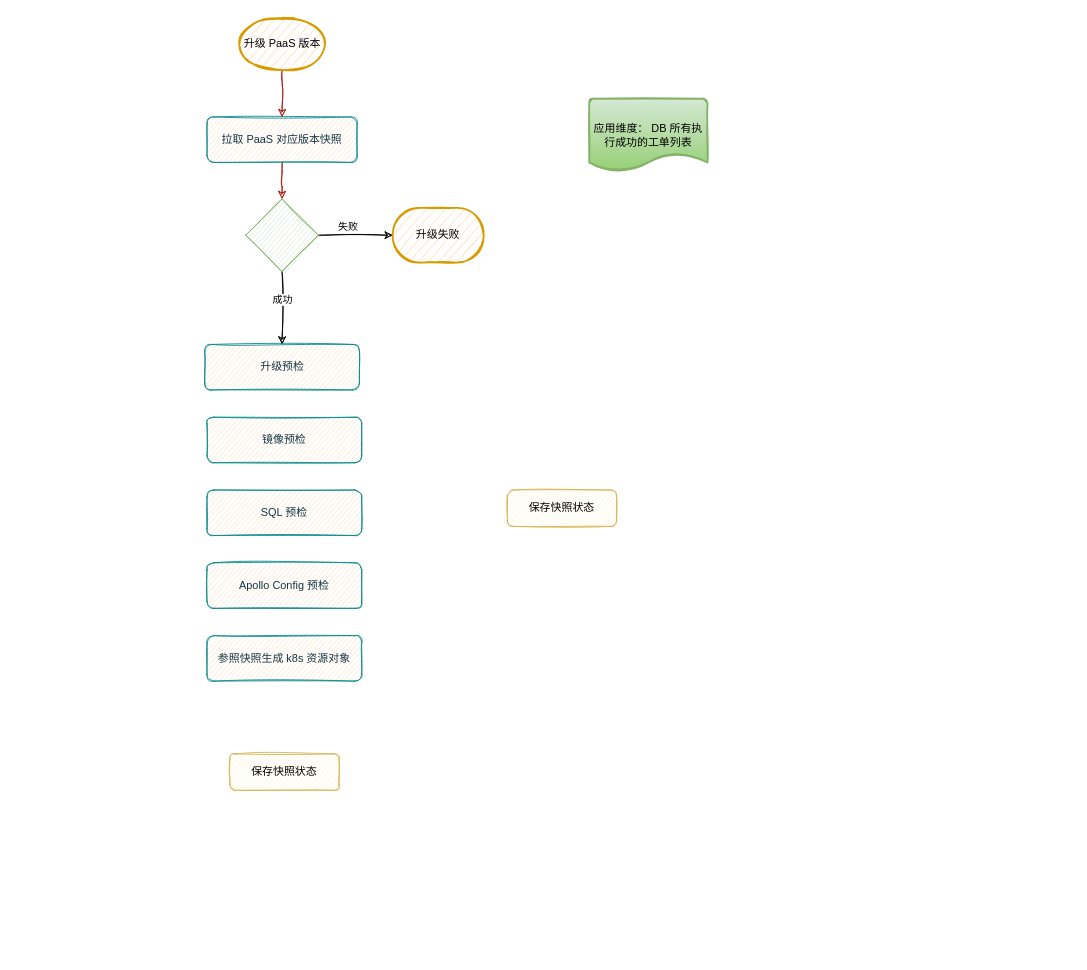
This is upgrade_paas_flow.drawio from Owenxh/docs, a draw.io file, before an edit. Source tidied: cells renumbered, new cells numbered last; positions are measured from the earlier drawing's top-left corner, leaving out a move shared by most shapes. Both pictures are drawn from the tidied source at 91%, with x=0, y=0 at pixel (205, 16).
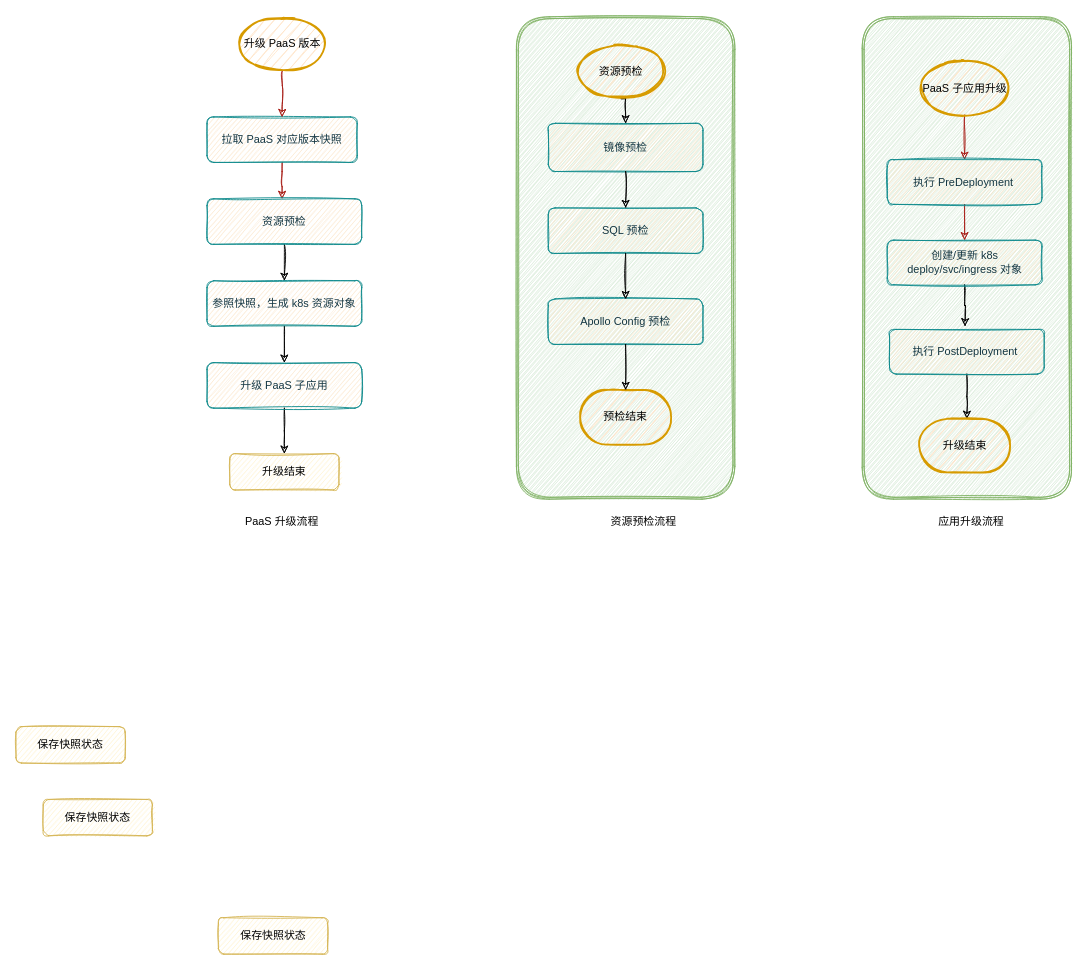
Above is the later version.

Change to the diagram source:
```diff
@@
     <mxCell id="2" value="保存快照状态" style="rounded=1;whiteSpace=wrap;html=1;fontSize=12;glass=0;strokeWidth=1;shadow=0;fillColor=#fff2cc;strokeColor=#d6b656;sketch=1;" parent="1" vertex="1">
-      <mxGeometry x="27" y="810" width="120" height="40" as="geometry" />
+      <mxGeometry x="14.5" y="990" width="120" height="40" as="geometry" />
     </mxCell>
@@
-    <mxCell id="6" value="应用维度： DB 所有执行成功的工单列表" style="strokeWidth=2;html=1;shape=mxgraph.flowchart.document2;whiteSpace=wrap;size=0.25;rounded=0;fillColor=#d5e8d4;gradientColor=#97d077;strokeColor=#82b366;sketch=1;" parent="1" vertex="1">
-      <mxGeometry x="422" y="90" width="130" height="80" as="geometry" />
-    </mxCell>
-    <mxCell id="7" style="edgeStyle=orthogonalEdgeStyle;rounded=0;jettySize=auto;html=1;exitX=1;exitY=0.5;exitDx=0;exitDy=0;entryX=0;entryY=0.5;entryDx=0;entryDy=0;entryPerimeter=0;sketch=1;" parent="1" edge="1" source="11" target="13">
-      <mxGeometry relative="1" as="geometry" />
-    </mxCell>
-    <mxCell id="8" value="失败" style="edgeLabel;html=1;align=center;verticalAlign=middle;sketch=1;" parent="7" vertex="1">
-      <mxGeometry x="-0.23" y="-3" relative="1" as="geometry">
-        <mxPoint x="1" y="-13" as="offset" />
-      </mxGeometry>
-    </mxCell>
-    <mxCell id="9" style="edgeStyle=orthogonalEdgeStyle;rounded=0;jettySize=auto;html=1;sketch=1;" parent="1" edge="1" source="11" target="15">
-      <mxGeometry relative="1" as="geometry" />
-    </mxCell>
-    <mxCell id="10" value="成功" style="edgeLabel;html=1;align=center;verticalAlign=middle;sketch=1;" parent="9" vertex="1">
-      <mxGeometry x="0.09" y="-1" relative="1" as="geometry">
-        <mxPoint x="1" y="-14" as="offset" />
-      </mxGeometry>
-    </mxCell>
-    <mxCell id="11" style="rhombus;whiteSpace=wrap;html=1;fillColor=#d5e8d4;strokeColor=#82b366;sketch=1;" parent="1" vertex="1">
-      <mxGeometry x="44.5" y="200" width="80" height="80" as="geometry" />
-    </mxCell>
@@
-    <mxCell id="13" value="升级失败" style="strokeWidth=2;html=1;shape=mxgraph.flowchart.terminator;whiteSpace=wrap;fillColor=#ffe6cc;strokeColor=#d79b00;sketch=1;" parent="1" vertex="1">
-      <mxGeometry x="206" y="210" width="100" height="60" as="geometry" />
-    </mxCell>
     <mxCell id="14" value="保存快照状态" style="rounded=1;whiteSpace=wrap;html=1;fontSize=12;glass=0;strokeWidth=1;shadow=0;fillColor=#fff2cc;strokeColor=#d6b656;sketch=1;" parent="1" vertex="1">
-      <mxGeometry x="332" y="520" width="120" height="40" as="geometry" />
+      <mxGeometry x="-208" y="780" width="120" height="40" as="geometry" />
     </mxCell>
+    <mxCell id="20" style="edgeStyle=orthogonalEdgeStyle;rounded=0;sketch=1;jettySize=auto;html=1;" parent="1" edge="1" source="15" target="19">
+      <mxGeometry relative="1" as="geometry" />
+    </mxCell>
-    <mxCell id="15" value="升级预检" style="rounded=1;whiteSpace=wrap;html=1;fontSize=12;glass=0;strokeWidth=1;shadow=0;fillColor=#FAE5C7;strokeColor=#0F8B8D;fontColor=#143642;sketch=1;" parent="1" vertex="1">
-      <mxGeometry x="-0.5" y="360" width="170" height="50" as="geometry" />
+    <mxCell id="15" value="资源预检" style="rounded=1;whiteSpace=wrap;html=1;fontSize=12;glass=0;strokeWidth=1;shadow=0;fillColor=#FAE5C7;strokeColor=#0F8B8D;fontColor=#143642;sketch=1;" parent="1" vertex="1">
+      <mxGeometry x="2" y="200" width="170" height="50" as="geometry" />
     </mxCell>
+    <mxCell id="21" style="edgeStyle=orthogonalEdgeStyle;rounded=0;sketch=1;jettySize=auto;html=1;" parent="1" edge="1" source="19" target="33">
+      <mxGeometry relative="1" as="geometry" />
+    </mxCell>
+    <mxCell id="19" value="参照快照，生成 k8s 资源对象" style="rounded=1;whiteSpace=wrap;html=1;fontSize=12;glass=0;strokeWidth=1;shadow=0;fillColor=#FAE5C7;strokeColor=#0F8B8D;fontColor=#143642;sketch=1;" parent="1" vertex="1">
+      <mxGeometry x="2" y="290" width="170" height="50" as="geometry" />
+    </mxCell>
+    <mxCell id="22" style="group;" parent="1" vertex="1">
+      <mxGeometry x="342" width="240" height="530" as="geometry" />
+    </mxCell>
+    <mxCell id="23" style="shape=ext;double=1;rounded=1;whiteSpace=wrap;html=1;sketch=1;fillColor=#d5e8d4;strokeColor=#82b366;" parent="22" vertex="1">
+      <mxGeometry width="240" height="530" as="geometry" />
+    </mxCell>
-    <mxCell id="16" value="镜像预检" style="rounded=1;whiteSpace=wrap;html=1;fontSize=12;glass=0;strokeWidth=1;shadow=0;fillColor=#FAE5C7;strokeColor=#0F8B8D;fontColor=#143642;sketch=1;" parent="1" vertex="1">
-      <mxGeometry x="2" y="440" width="170" height="50" as="geometry" />
+    <mxCell id="16" value="镜像预检" style="rounded=1;whiteSpace=wrap;html=1;fontSize=12;glass=0;strokeWidth=1;shadow=0;fillColor=#FAE5C7;strokeColor=#0F8B8D;fontColor=#143642;sketch=1;" parent="22" vertex="1">
+      <mxGeometry x="35" y="117" width="170" height="53" as="geometry" />
     </mxCell>
-    <mxCell id="17" value="SQL 预检" style="rounded=1;whiteSpace=wrap;html=1;fontSize=12;glass=0;strokeWidth=1;shadow=0;fillColor=#FAE5C7;strokeColor=#0F8B8D;fontColor=#143642;sketch=1;" parent="1" vertex="1">
-      <mxGeometry x="2" y="520" width="170" height="50" as="geometry" />
+    <mxCell id="17" value="SQL 预检" style="rounded=1;whiteSpace=wrap;html=1;fontSize=12;glass=0;strokeWidth=1;shadow=0;fillColor=#FAE5C7;strokeColor=#0F8B8D;fontColor=#143642;sketch=1;" parent="22" vertex="1">
+      <mxGeometry x="35" y="210" width="170" height="50" as="geometry" />
     </mxCell>
+    <mxCell id="24" style="edgeStyle=orthogonalEdgeStyle;rounded=0;sketch=1;jettySize=auto;html=1;" parent="22" edge="1" source="16" target="17">
+      <mxGeometry relative="1" as="geometry" />
+    </mxCell>
-    <mxCell id="18" value="Apollo Config 预检" style="rounded=1;whiteSpace=wrap;html=1;fontSize=12;glass=0;strokeWidth=1;shadow=0;fillColor=#FAE5C7;strokeColor=#0F8B8D;fontColor=#143642;sketch=1;" parent="1" vertex="1">
-      <mxGeometry x="2" y="600" width="170" height="50" as="geometry" />
+    <mxCell id="18" value="Apollo Config 预检" style="rounded=1;whiteSpace=wrap;html=1;fontSize=12;glass=0;strokeWidth=1;shadow=0;fillColor=#FAE5C7;strokeColor=#0F8B8D;fontColor=#143642;sketch=1;" parent="22" vertex="1">
+      <mxGeometry x="35" y="310" width="170" height="50" as="geometry" />
     </mxCell>
-    <mxCell id="19" value="参照快照生成 k8s 资源对象" style="rounded=1;whiteSpace=wrap;html=1;fontSize=12;glass=0;strokeWidth=1;shadow=0;fillColor=#FAE5C7;strokeColor=#0F8B8D;fontColor=#143642;sketch=1;" parent="1" vertex="1">
-      <mxGeometry x="2" y="680" width="170" height="50" as="geometry" />
-    </mxCell>
+    <mxCell id="25" style="edgeStyle=orthogonalEdgeStyle;rounded=0;sketch=1;jettySize=auto;html=1;" parent="22" edge="1" source="17" target="18">
+      <mxGeometry relative="1" as="geometry" />
+    </mxCell>
+    <mxCell id="26" style="edgeStyle=orthogonalEdgeStyle;rounded=0;sketch=1;jettySize=auto;html=1;exitX=0.5;exitY=1;exitDx=0;exitDy=0;exitPerimeter=0;entryX=0.5;entryY=0;entryDx=0;entryDy=0;" parent="22" edge="1" source="27" target="16">
+      <mxGeometry relative="1" as="geometry" />
+    </mxCell>
+    <mxCell id="27" value="资源预检" style="strokeWidth=2;html=1;shape=mxgraph.flowchart.start_1;whiteSpace=wrap;fillColor=#ffe6cc;strokeColor=#d79b00;sketch=1;" parent="22" vertex="1">
+      <mxGeometry x="65" y="30" width="100" height="60" as="geometry" />
+    </mxCell>
+    <mxCell id="28" value="预检结束" style="strokeWidth=2;html=1;shape=mxgraph.flowchart.terminator;whiteSpace=wrap;fillColor=#ffe6cc;strokeColor=#d79b00;sketch=1;" parent="22" vertex="1">
+      <mxGeometry x="70" y="410" width="100" height="60" as="geometry" />
+    </mxCell>
+    <mxCell id="29" style="edgeStyle=orthogonalEdgeStyle;rounded=0;sketch=1;jettySize=auto;html=1;" parent="22" edge="1" source="18" target="28">
+      <mxGeometry relative="1" as="geometry" />
+    </mxCell>
+    <mxCell id="30" value="保存快照状态" style="rounded=1;whiteSpace=wrap;html=1;fontSize=12;glass=0;strokeWidth=1;shadow=0;fillColor=#fff2cc;strokeColor=#d6b656;sketch=1;" parent="1" vertex="1">
+      <mxGeometry x="-178" y="860" width="120" height="40" as="geometry" />
+    </mxCell>
+    <mxCell id="31" value="升级结束" style="rounded=1;whiteSpace=wrap;html=1;fontSize=12;glass=0;strokeWidth=1;shadow=0;fillColor=#fff2cc;strokeColor=#d6b656;sketch=1;" parent="1" vertex="1">
+      <mxGeometry x="27" y="480" width="120" height="40" as="geometry" />
+    </mxCell>
+    <mxCell id="32" style="edgeStyle=orthogonalEdgeStyle;rounded=0;sketch=1;jettySize=auto;html=1;" parent="1" edge="1" source="33">
+      <mxGeometry relative="1" as="geometry">
+        <mxPoint x="87" y="480" as="targetPoint" />
+      </mxGeometry>
+    </mxCell>
+    <mxCell id="33" value="升级 PaaS 子应用" style="rounded=1;whiteSpace=wrap;html=1;fontSize=12;glass=0;strokeWidth=1;shadow=0;fillColor=#FAE5C7;strokeColor=#0F8B8D;fontColor=#143642;sketch=1;" parent="1" vertex="1">
+      <mxGeometry x="2" y="380" width="170" height="50" as="geometry" />
+    </mxCell>
+    <mxCell id="34" style="group;" parent="1" vertex="1">
+      <mxGeometry x="722" width="230" height="530" as="geometry" />
+    </mxCell>
+    <mxCell id="35" style="shape=ext;double=1;rounded=1;whiteSpace=wrap;html=1;sketch=1;fillColor=#d5e8d4;strokeColor=#82b366;" parent="34" vertex="1">
+      <mxGeometry width="230" height="530" as="geometry" />
+    </mxCell>
+    <mxCell id="36" style="edgeStyle=orthogonalEdgeStyle;rounded=1;orthogonalLoop=1;jettySize=auto;html=1;fontColor=#143642;strokeColor=#A8201A;fillColor=#FAE5C7;sketch=1;" parent="34" edge="1">
+      <mxGeometry relative="1" as="geometry">
+        <mxPoint x="112.5" y="206.1" as="sourcePoint" />
+        <mxPoint x="112.5" y="245.4" as="targetPoint" />
+      </mxGeometry>
+    </mxCell>
+    <mxCell id="37" style="edgeStyle=orthogonalEdgeStyle;rounded=1;orthogonalLoop=1;jettySize=auto;html=1;fontColor=#143642;strokeColor=#A8201A;fillColor=#FAE5C7;sketch=1;" parent="34" edge="1">
+      <mxGeometry relative="1" as="geometry">
+        <mxPoint x="112.5" y="108" as="sourcePoint" />
+        <mxPoint x="112.5" y="157" as="targetPoint" />
+      </mxGeometry>
+    </mxCell>
+    <mxCell id="38" value="PaaS 子应用升级" style="strokeWidth=2;html=1;shape=mxgraph.flowchart.start_1;whiteSpace=wrap;fillColor=#ffe6cc;strokeColor=#d79b00;sketch=1;" parent="34" vertex="1">
+      <mxGeometry x="62.5" y="49.1" width="100" height="58.9" as="geometry" />
+    </mxCell>
+    <mxCell id="39" style="edgeStyle=orthogonalEdgeStyle;rounded=0;sketch=1;jettySize=auto;html=1;" parent="34" edge="1" source="40">
+      <mxGeometry relative="1" as="geometry">
+        <mxPoint x="115" y="441.7" as="targetPoint" />
+      </mxGeometry>
+    </mxCell>
+    <mxCell id="40" value="执行 PostDeployment&amp;nbsp;" style="rounded=1;whiteSpace=wrap;html=1;fontSize=12;glass=0;strokeWidth=1;shadow=0;fillColor=#FAE5C7;strokeColor=#0F8B8D;fontColor=#143642;sketch=1;" parent="34" vertex="1">
+      <mxGeometry x="30" y="343.5" width="170" height="49.1" as="geometry" />
+    </mxCell>
+    <mxCell id="41" style="edgeStyle=orthogonalEdgeStyle;rounded=0;sketch=1;jettySize=auto;html=1;" parent="34" edge="1" source="42">
+      <mxGeometry relative="1" as="geometry">
+        <mxPoint x="113" y="340" as="targetPoint" />
+      </mxGeometry>
+    </mxCell>
+    <mxCell id="42" value="创建/更新 k8s deploy/svc/ingress 对象" style="rounded=1;whiteSpace=wrap;html=1;fontSize=12;glass=0;strokeWidth=1;shadow=0;fillColor=#FAE5C7;strokeColor=#0F8B8D;fontColor=#143642;sketch=1;" parent="34" vertex="1">
+      <mxGeometry x="27.5" y="245.4" width="170" height="49.1" as="geometry" />
+    </mxCell>
+    <mxCell id="43" value="执行 PreDeployment&amp;nbsp;" style="rounded=1;whiteSpace=wrap;html=1;fontSize=12;glass=0;strokeWidth=1;shadow=0;fillColor=#FAE5C7;strokeColor=#0F8B8D;fontColor=#143642;sketch=1;" parent="34" vertex="1">
+      <mxGeometry x="27.5" y="157" width="170" height="49.1" as="geometry" />
+    </mxCell>
+    <mxCell id="44" value="升级结束" style="strokeWidth=2;html=1;shape=mxgraph.flowchart.terminator;whiteSpace=wrap;fillColor=#ffe6cc;strokeColor=#d79b00;sketch=1;" parent="34" vertex="1">
+      <mxGeometry x="62.5" y="441.7" width="100" height="58.9" as="geometry" />
+    </mxCell>
+    <mxCell id="45" value="资源预检流程" style="text;html=1;strokeColor=none;fillColor=none;align=center;verticalAlign=middle;whiteSpace=wrap;rounded=0;sketch=1;" parent="1" vertex="1">
+      <mxGeometry x="442" y="540" width="80" height="30" as="geometry" />
+    </mxCell>
+    <mxCell id="46" value="应用升级流程" style="text;html=1;strokeColor=none;fillColor=none;align=center;verticalAlign=middle;whiteSpace=wrap;rounded=0;sketch=1;" parent="1" vertex="1">
+      <mxGeometry x="802" y="540" width="80" height="30" as="geometry" />
+    </mxCell>
+    <mxCell id="47" value="PaaS 升级流程" style="text;html=1;strokeColor=none;fillColor=none;align=center;verticalAlign=middle;whiteSpace=wrap;rounded=0;sketch=1;" parent="1" vertex="1">
+      <mxGeometry x="37" y="540" width="95" height="30" as="geometry" />
+    </mxCell>
```
